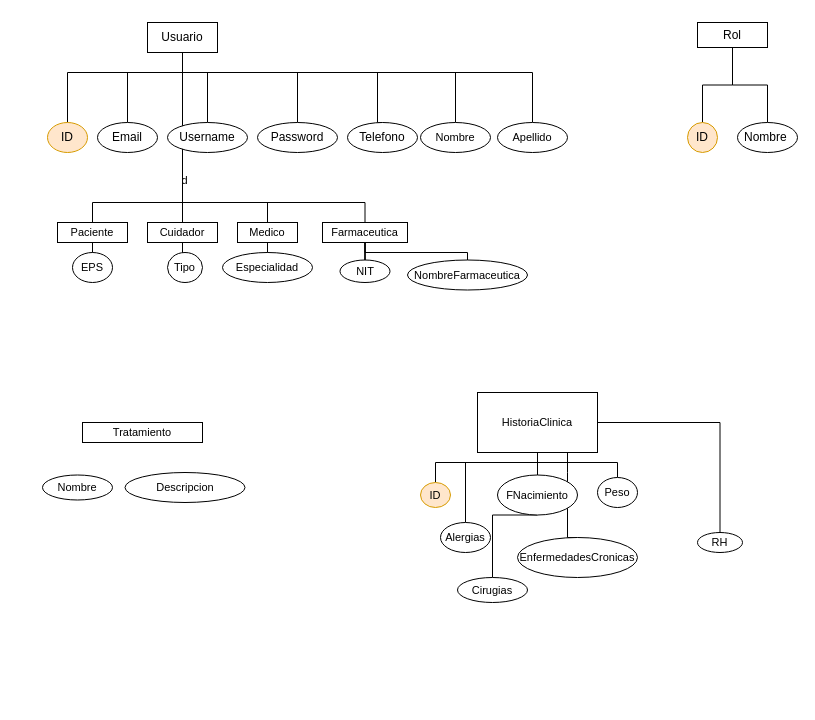
Above: MER MedTrack.drawio in jhosebro/Bases-de-datos (draw.io), before the change. Source tidied: cells renumbered, new cells numbered last; positions are measured from the earlier drawing's top-left corner, leaving out a move shared by most shapes. Both pictures are drawn from the tidied source at 100%, with x=0, y=0 at pixel (42, 22).
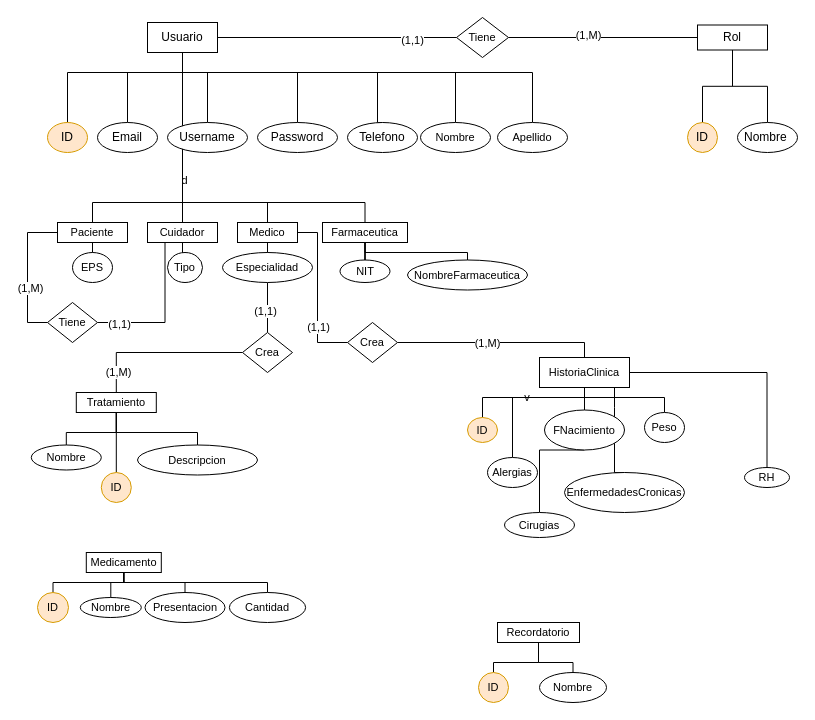
After the change.

Unchanged cells that the change refers to:
```xml
<mxCell id="15" value="Usuario" style="rounded=0;whiteSpace=wrap;html=1;" parent="1" vertex="1">
  <mxGeometry x="105" width="70" height="30" as="geometry" />
</mxCell>
<mxCell id="29" value="Paciente" style="rounded=0;whiteSpace=wrap;html=1;fontFamily=Helvetica;fontSize=11;fontColor=default;" parent="1" vertex="1">
  <mxGeometry x="15" y="200" width="70" height="20" as="geometry" />
</mxCell>
<mxCell id="32" value="Cuidador" style="rounded=0;whiteSpace=wrap;html=1;fontFamily=Helvetica;fontSize=11;fontColor=default;" parent="1" vertex="1">
  <mxGeometry x="105" y="200" width="70" height="20" as="geometry" />
</mxCell>
<mxCell id="50" value="Medico" style="rounded=0;whiteSpace=wrap;html=1;fontFamily=Helvetica;fontSize=11;fontColor=default;" parent="1" vertex="1">
  <mxGeometry x="195" y="200" width="60" height="20" as="geometry" />
</mxCell>
<mxCell id="51" value="Especialidad" style="ellipse;whiteSpace=wrap;html=1;fontFamily=Helvetica;fontSize=11;fontColor=default;" parent="1" vertex="1">
  <mxGeometry x="180" y="230" width="90" height="30" as="geometry" />
</mxCell>
```

What changed in the source:
```diff
@@
+    <mxCell id="60" style="edgeStyle=orthogonalEdgeStyle;shape=connector;rounded=0;jettySize=auto;html=1;entryX=0;entryY=0.5;entryDx=0;entryDy=0;labelBackgroundColor=default;strokeColor=default;align=center;verticalAlign=middle;fontFamily=Helvetica;fontSize=11;fontColor=default;endArrow=none;endFill=0;" parent="1" edge="1" source="15" target="88">
+      <mxGeometry relative="1" as="geometry" />
+    </mxCell>
+    <mxCell id="61" value="(1,1)" style="edgeLabel;html=1;align=center;verticalAlign=middle;fontSize=11;fontFamily=Helvetica;fontColor=default;" parent="60" vertex="1">
+      <mxGeometry x="0.62" y="-2" relative="1" as="geometry" />
+    </mxCell>
@@
     <mxCell id="23" value="Rol" style="rounded=0;whiteSpace=wrap;html=1;" parent="1" vertex="1">
-      <mxGeometry x="655" width="70" height="25" as="geometry" />
+      <mxGeometry x="655" y="2.5" width="70" height="25" as="geometry" />
     </mxCell>
@@
+    <mxCell id="62" style="edgeStyle=orthogonalEdgeStyle;shape=connector;rounded=0;jettySize=auto;html=1;entryX=0;entryY=0.5;entryDx=0;entryDy=0;labelBackgroundColor=default;strokeColor=default;align=center;verticalAlign=middle;fontFamily=Helvetica;fontSize=11;fontColor=default;endArrow=none;endFill=0;" parent="1" edge="1" source="29" target="97">
+      <mxGeometry relative="1" as="geometry">
+        <Array as="points">
+          <mxPoint x="-15" y="210" />
+          <mxPoint x="-15" y="300" />
+        </Array>
+      </mxGeometry>
+    </mxCell>
+    <mxCell id="63" value="(1,M)" style="edgeLabel;html=1;align=center;verticalAlign=middle;fontSize=11;fontFamily=Helvetica;fontColor=default;" parent="62" vertex="1">
+      <mxGeometry x="0.22" y="2" relative="1" as="geometry" />
+    </mxCell>
@@
-    <mxCell id="33" style="edgeStyle=orthogonalEdgeStyle;shape=connector;rounded=0;jettySize=auto;html=1;entryX=0.5;entryY=0;entryDx=0;entryDy=0;labelBackgroundColor=default;strokeColor=default;align=center;verticalAlign=middle;fontFamily=Helvetica;fontSize=11;fontColor=default;endArrow=none;endFill=0;" parent="1" edge="1" source="40" target="48">
+    <mxCell id="33" value="v&amp;nbsp;" style="edgeStyle=orthogonalEdgeStyle;shape=connector;rounded=0;jettySize=auto;html=1;entryX=0.5;entryY=0;entryDx=0;entryDy=0;labelBackgroundColor=default;strokeColor=default;align=center;verticalAlign=middle;fontFamily=Helvetica;fontSize=11;fontColor=default;endArrow=none;endFill=0;" parent="1" edge="1" source="40" target="48">
       <mxGeometry relative="1" as="geometry">
         <Array as="points">
-          <mxPoint x="495" y="440" />
-          <mxPoint x="393" y="440" />
+          <mxPoint x="542" y="375" />
+          <mxPoint x="440" y="375" />
         </Array>
       </mxGeometry>
     </mxCell>
@@
     <mxCell id="35" style="edgeStyle=orthogonalEdgeStyle;shape=connector;rounded=0;jettySize=auto;html=1;entryX=0.5;entryY=0;entryDx=0;entryDy=0;labelBackgroundColor=default;strokeColor=default;align=center;verticalAlign=middle;fontFamily=Helvetica;fontSize=11;fontColor=default;endArrow=none;endFill=0;" parent="1" edge="1" source="40" target="42">
       <mxGeometry relative="1" as="geometry">
         <Array as="points">
-          <mxPoint x="495" y="440" />
-          <mxPoint x="575" y="440" />
+          <mxPoint x="542" y="375" />
+          <mxPoint x="622" y="375" />
         </Array>
       </mxGeometry>
     </mxCell>
     <mxCell id="36" style="edgeStyle=orthogonalEdgeStyle;shape=connector;rounded=0;jettySize=auto;html=1;entryX=0.5;entryY=0;entryDx=0;entryDy=0;labelBackgroundColor=default;strokeColor=default;align=center;verticalAlign=middle;fontFamily=Helvetica;fontSize=11;fontColor=default;endArrow=none;endFill=0;" parent="1" edge="1" source="40" target="44">
       <mxGeometry relative="1" as="geometry">
         <Array as="points">
-          <mxPoint x="495" y="440" />
-          <mxPoint x="423" y="440" />
+          <mxPoint x="542" y="375" />
+          <mxPoint x="470" y="375" />
         </Array>
       </mxGeometry>
     </mxCell>
     <mxCell id="37" style="edgeStyle=orthogonalEdgeStyle;shape=connector;rounded=0;jettySize=auto;html=1;entryX=0.5;entryY=0;entryDx=0;entryDy=0;labelBackgroundColor=default;strokeColor=default;align=center;verticalAlign=middle;fontFamily=Helvetica;fontSize=11;fontColor=default;endArrow=none;endFill=0;" parent="1" edge="1" source="40" target="46">
       <mxGeometry relative="1" as="geometry">
         <Array as="points">
-          <mxPoint x="525" y="450" />
-          <mxPoint x="525" y="450" />
+          <mxPoint x="572" y="385" />
+          <mxPoint x="572" y="385" />
         </Array>
       </mxGeometry>
     </mxCell>
@@
     <mxCell id="40" value="HistoriaClinica" style="rounded=0;whiteSpace=wrap;html=1;fontFamily=Helvetica;fontSize=11;fontColor=default;" parent="1" vertex="1">
-      <mxGeometry x="435" y="370" width="120" height="60" as="geometry" />
+      <mxGeometry x="497" y="335" width="90" height="30" as="geometry" />
     </mxCell>
     <mxCell id="41" value="FNacimiento" style="ellipse;whiteSpace=wrap;html=1;fontFamily=Helvetica;fontSize=11;fontColor=default;" parent="1" vertex="1">
-      <mxGeometry x="455" y="452.5" width="80" height="40" as="geometry" />
+      <mxGeometry x="502" y="387.5" width="80" height="40" as="geometry" />
     </mxCell>
     <mxCell id="42" value="Peso" style="ellipse;whiteSpace=wrap;html=1;fontFamily=Helvetica;fontSize=11;fontColor=default;" parent="1" vertex="1">
-      <mxGeometry x="555" y="455" width="40" height="30" as="geometry" />
+      <mxGeometry x="602" y="390" width="40" height="30" as="geometry" />
     </mxCell>
     <mxCell id="43" value="RH" style="ellipse;whiteSpace=wrap;html=1;fontFamily=Helvetica;fontSize=11;fontColor=default;" parent="1" vertex="1">
-      <mxGeometry x="655" y="510" width="45" height="20" as="geometry" />
+      <mxGeometry x="702" y="445" width="45" height="20" as="geometry" />
     </mxCell>
     <mxCell id="44" value="Alergias" style="ellipse;whiteSpace=wrap;html=1;fontFamily=Helvetica;fontSize=11;fontColor=default;" parent="1" vertex="1">
-      <mxGeometry x="398" y="500" width="50" height="30" as="geometry" />
+      <mxGeometry x="445" y="435" width="50" height="30" as="geometry" />
     </mxCell>
@@
     <mxCell id="46" value="EnfermedadesCronicas" style="ellipse;whiteSpace=wrap;html=1;fontFamily=Helvetica;fontSize=11;fontColor=default;" parent="1" vertex="1">
-      <mxGeometry x="475" y="515" width="120" height="40" as="geometry" />
+      <mxGeometry x="522" y="450" width="120" height="40" as="geometry" />
     </mxCell>
     <mxCell id="47" value="Cirugias" style="ellipse;whiteSpace=wrap;html=1;fontFamily=Helvetica;fontSize=11;fontColor=default;" parent="1" vertex="1">
-      <mxGeometry x="415" y="555" width="70" height="25" as="geometry" />
+      <mxGeometry x="462" y="490" width="70" height="25" as="geometry" />
     </mxCell>
     <mxCell id="48" value="ID" style="ellipse;whiteSpace=wrap;html=1;fontFamily=Helvetica;fontSize=11;fillColor=#ffe6cc;strokeColor=#d79b00;" parent="1" vertex="1">
-      <mxGeometry x="378" y="460" width="30" height="25" as="geometry" />
+      <mxGeometry x="425" y="395" width="30" height="25" as="geometry" />
     </mxCell>
@@
+    <mxCell id="64" style="edgeStyle=orthogonalEdgeStyle;shape=connector;rounded=0;jettySize=auto;html=1;entryX=0;entryY=0.5;entryDx=0;entryDy=0;labelBackgroundColor=default;strokeColor=default;align=center;verticalAlign=middle;fontFamily=Helvetica;fontSize=11;fontColor=default;endArrow=none;endFill=0;" parent="1" edge="1" source="50" target="91">
+      <mxGeometry relative="1" as="geometry">
+        <Array as="points">
+          <mxPoint x="275" y="210" />
+          <mxPoint x="275" y="320" />
+        </Array>
+      </mxGeometry>
+    </mxCell>
+    <mxCell id="65" value="(1,1)" style="edgeLabel;html=1;align=center;verticalAlign=middle;fontSize=11;fontFamily=Helvetica;fontColor=default;" parent="64" vertex="1">
+      <mxGeometry x="0.43" relative="1" as="geometry" />
+    </mxCell>
@@
+    <mxCell id="66" style="edgeStyle=orthogonalEdgeStyle;shape=connector;rounded=0;jettySize=auto;html=1;entryX=0.5;entryY=0;entryDx=0;entryDy=0;labelBackgroundColor=default;strokeColor=default;align=center;verticalAlign=middle;fontFamily=Helvetica;fontSize=11;fontColor=default;endArrow=none;endFill=0;" parent="1" edge="1" source="51" target="94">
+      <mxGeometry relative="1" as="geometry" />
+    </mxCell>
+    <mxCell id="67" value="(1,1)" style="edgeLabel;html=1;align=center;verticalAlign=middle;fontSize=11;fontFamily=Helvetica;fontColor=default;" parent="66" vertex="1">
+      <mxGeometry x="0.11" y="-3" relative="1" as="geometry" />
+    </mxCell>
@@
+    <mxCell id="68" style="edgeStyle=orthogonalEdgeStyle;shape=connector;rounded=0;jettySize=auto;html=1;entryX=0.5;entryY=0;entryDx=0;entryDy=0;labelBackgroundColor=default;strokeColor=default;align=center;verticalAlign=middle;fontFamily=Helvetica;fontSize=11;fontColor=default;endArrow=none;endFill=0;" parent="1" edge="1" source="57" target="58">
+      <mxGeometry relative="1" as="geometry" />
+    </mxCell>
+    <mxCell id="69" style="edgeStyle=orthogonalEdgeStyle;shape=connector;rounded=0;jettySize=auto;html=1;entryX=0.5;entryY=0;entryDx=0;entryDy=0;labelBackgroundColor=default;strokeColor=default;align=center;verticalAlign=middle;fontFamily=Helvetica;fontSize=11;fontColor=default;endArrow=none;endFill=0;" parent="1" edge="1" source="57" target="59">
+      <mxGeometry relative="1" as="geometry">
+        <Array as="points">
+          <mxPoint x="74" y="410" />
+          <mxPoint x="155" y="410" />
+        </Array>
+      </mxGeometry>
+    </mxCell>
+    <mxCell id="70" style="edgeStyle=orthogonalEdgeStyle;shape=connector;rounded=0;jettySize=auto;html=1;entryX=0.5;entryY=0;entryDx=0;entryDy=0;labelBackgroundColor=default;strokeColor=default;align=center;verticalAlign=middle;fontFamily=Helvetica;fontSize=11;fontColor=default;endArrow=none;endFill=0;" parent="1" edge="1" source="57" target="76">
+      <mxGeometry relative="1" as="geometry" />
+    </mxCell>
     <mxCell id="57" value="Tratamiento" style="rounded=0;whiteSpace=wrap;html=1;fontFamily=Helvetica;fontSize=11;fontColor=default;" parent="1" vertex="1">
-      <mxGeometry x="40" y="400" width="120" height="20" as="geometry" />
+      <mxGeometry x="33.8" y="370" width="80" height="20" as="geometry" />
     </mxCell>
     <mxCell id="58" value="Nombre" style="ellipse;whiteSpace=wrap;html=1;fontFamily=Helvetica;fontSize=11;fontColor=default;" parent="1" vertex="1">
-      <mxGeometry y="452.5" width="70" height="25" as="geometry" />
+      <mxGeometry x="-11.2" y="422.5" width="70" height="25" as="geometry" />
     </mxCell>
     <mxCell id="59" value="Descripcion" style="ellipse;whiteSpace=wrap;html=1;fontFamily=Helvetica;fontSize=11;fontColor=default;" parent="1" vertex="1">
-      <mxGeometry x="82.5" y="450" width="120" height="30" as="geometry" />
+      <mxGeometry x="95" y="422.5" width="120" height="30" as="geometry" />
     </mxCell>
+    <mxCell id="71" style="edgeStyle=orthogonalEdgeStyle;shape=connector;rounded=0;jettySize=auto;html=1;entryX=0.5;entryY=0;entryDx=0;entryDy=0;labelBackgroundColor=default;strokeColor=default;align=center;verticalAlign=middle;fontFamily=Helvetica;fontSize=11;fontColor=default;endArrow=none;endFill=0;" parent="1" edge="1" source="75" target="77">
+      <mxGeometry relative="1" as="geometry">
+        <Array as="points">
+          <mxPoint x="81" y="560" />
+          <mxPoint x="11" y="560" />
+        </Array>
+      </mxGeometry>
+    </mxCell>
+    <mxCell id="72" style="edgeStyle=orthogonalEdgeStyle;shape=connector;rounded=0;jettySize=auto;html=1;entryX=0.5;entryY=0;entryDx=0;entryDy=0;labelBackgroundColor=default;strokeColor=default;align=center;verticalAlign=middle;fontFamily=Helvetica;fontSize=11;fontColor=default;endArrow=none;endFill=0;" parent="1" edge="1" source="75" target="78">
+      <mxGeometry relative="1" as="geometry">
+        <Array as="points">
+          <mxPoint x="81" y="560" />
+          <mxPoint x="68" y="560" />
+        </Array>
+      </mxGeometry>
+    </mxCell>
+    <mxCell id="73" style="edgeStyle=orthogonalEdgeStyle;shape=connector;rounded=0;jettySize=auto;html=1;entryX=0.5;entryY=0;entryDx=0;entryDy=0;labelBackgroundColor=default;strokeColor=default;align=center;verticalAlign=middle;fontFamily=Helvetica;fontSize=11;fontColor=default;endArrow=none;endFill=0;" parent="1" edge="1" source="75" target="79">
+      <mxGeometry relative="1" as="geometry">
+        <Array as="points">
+          <mxPoint x="81" y="560" />
+          <mxPoint x="143" y="560" />
+        </Array>
+      </mxGeometry>
+    </mxCell>
+    <mxCell id="74" style="edgeStyle=orthogonalEdgeStyle;shape=connector;rounded=0;jettySize=auto;html=1;entryX=0.5;entryY=0;entryDx=0;entryDy=0;labelBackgroundColor=default;strokeColor=default;align=center;verticalAlign=middle;fontFamily=Helvetica;fontSize=11;fontColor=default;endArrow=none;endFill=0;" parent="1" edge="1" source="75" target="80">
+      <mxGeometry relative="1" as="geometry">
+        <Array as="points">
+          <mxPoint x="81" y="560" />
+          <mxPoint x="225" y="560" />
+        </Array>
+      </mxGeometry>
+    </mxCell>
+    <mxCell id="75" value="Medicamento" style="rounded=0;whiteSpace=wrap;html=1;fontFamily=Helvetica;fontSize=11;fontColor=default;" parent="1" vertex="1">
+      <mxGeometry x="43.8" y="530" width="75" height="20" as="geometry" />
+    </mxCell>
+    <mxCell id="76" value="ID" style="ellipse;whiteSpace=wrap;html=1;fontFamily=Helvetica;fontSize=11;fillColor=#ffe6cc;strokeColor=#d79b00;" parent="1" vertex="1">
+      <mxGeometry x="58.8" y="450" width="30" height="30" as="geometry" />
+    </mxCell>
+    <mxCell id="77" value="ID" style="ellipse;whiteSpace=wrap;html=1;fontFamily=Helvetica;fontSize=11;fillColor=#ffe6cc;strokeColor=#d79b00;" parent="1" vertex="1">
+      <mxGeometry x="-5" y="570" width="31" height="30" as="geometry" />
+    </mxCell>
+    <mxCell id="78" value="Nombre" style="ellipse;whiteSpace=wrap;html=1;fontFamily=Helvetica;fontSize=11;fontColor=default;" parent="1" vertex="1">
+      <mxGeometry x="37.8" y="575" width="61" height="20" as="geometry" />
+    </mxCell>
+    <mxCell id="79" value="Presentacion" style="ellipse;whiteSpace=wrap;html=1;fontFamily=Helvetica;fontSize=11;fontColor=default;" parent="1" vertex="1">
+      <mxGeometry x="102.5" y="570" width="80" height="30" as="geometry" />
+    </mxCell>
+    <mxCell id="80" value="Cantidad" style="ellipse;whiteSpace=wrap;html=1;fontFamily=Helvetica;fontSize=11;fontColor=default;" parent="1" vertex="1">
+      <mxGeometry x="186.9" y="570" width="76.2" height="30" as="geometry" />
+    </mxCell>
+    <mxCell id="81" style="edgeStyle=orthogonalEdgeStyle;shape=connector;rounded=0;jettySize=auto;html=1;entryX=0.5;entryY=0;entryDx=0;entryDy=0;labelBackgroundColor=default;strokeColor=default;align=center;verticalAlign=middle;fontFamily=Helvetica;fontSize=11;fontColor=default;endArrow=none;endFill=0;" parent="1" edge="1" source="83" target="85">
+      <mxGeometry relative="1" as="geometry" />
+    </mxCell>
+    <mxCell id="82" style="edgeStyle=orthogonalEdgeStyle;shape=connector;rounded=0;jettySize=auto;html=1;entryX=0.5;entryY=0;entryDx=0;entryDy=0;labelBackgroundColor=default;strokeColor=default;align=center;verticalAlign=middle;fontFamily=Helvetica;fontSize=11;fontColor=default;endArrow=none;endFill=0;" parent="1" edge="1" source="83" target="84">
+      <mxGeometry relative="1" as="geometry" />
+    </mxCell>
+    <mxCell id="83" value="Recordatorio" style="rounded=0;whiteSpace=wrap;html=1;fontFamily=Helvetica;fontSize=11;fontColor=default;" parent="1" vertex="1">
+      <mxGeometry x="455" y="600" width="82" height="20" as="geometry" />
+    </mxCell>
+    <mxCell id="84" value="Nombre" style="ellipse;whiteSpace=wrap;html=1;fontFamily=Helvetica;fontSize=11;fontColor=default;" parent="1" vertex="1">
+      <mxGeometry x="497" y="650" width="67" height="30" as="geometry" />
+    </mxCell>
+    <mxCell id="85" value="ID" style="ellipse;whiteSpace=wrap;html=1;fontFamily=Helvetica;fontSize=11;fillColor=#ffe6cc;strokeColor=#d79b00;" parent="1" vertex="1">
+      <mxGeometry x="436" y="650" width="30" height="30" as="geometry" />
+    </mxCell>
+    <mxCell id="86" style="edgeStyle=orthogonalEdgeStyle;shape=connector;rounded=0;jettySize=auto;html=1;entryX=0;entryY=0.5;entryDx=0;entryDy=0;labelBackgroundColor=default;strokeColor=default;align=center;verticalAlign=middle;fontFamily=Helvetica;fontSize=11;fontColor=default;endArrow=none;endFill=0;" parent="1" edge="1" source="88" target="23">
+      <mxGeometry relative="1" as="geometry" />
+    </mxCell>
+    <mxCell id="87" value="(1,M)" style="edgeLabel;html=1;align=center;verticalAlign=middle;fontSize=11;fontFamily=Helvetica;fontColor=default;" parent="86" vertex="1">
+      <mxGeometry x="-0.16" y="3" relative="1" as="geometry" />
+    </mxCell>
+    <mxCell id="88" value="Tiene" style="rhombus;whiteSpace=wrap;html=1;fontFamily=Helvetica;fontSize=11;fontColor=default;" parent="1" vertex="1">
+      <mxGeometry x="414" y="-5" width="52" height="40" as="geometry" />
+    </mxCell>
+    <mxCell id="89" style="edgeStyle=orthogonalEdgeStyle;shape=connector;rounded=0;jettySize=auto;html=1;entryX=0.5;entryY=0;entryDx=0;entryDy=0;labelBackgroundColor=default;strokeColor=default;align=center;verticalAlign=middle;fontFamily=Helvetica;fontSize=11;fontColor=default;endArrow=none;endFill=0;" parent="1" edge="1" source="91" target="40">
+      <mxGeometry relative="1" as="geometry">
+        <Array as="points">
+          <mxPoint x="542" y="320" />
+        </Array>
+      </mxGeometry>
+    </mxCell>
+    <mxCell id="90" value="(1,M)" style="edgeLabel;html=1;align=center;verticalAlign=middle;fontSize=11;fontFamily=Helvetica;fontColor=default;" parent="89" vertex="1">
+      <mxGeometry x="-0.12" relative="1" as="geometry" />
+    </mxCell>
+    <mxCell id="91" value="Crea" style="rhombus;whiteSpace=wrap;html=1;fontFamily=Helvetica;fontSize=11;fontColor=default;" parent="1" vertex="1">
+      <mxGeometry x="305" y="300" width="50" height="40" as="geometry" />
+    </mxCell>
+    <mxCell id="92" style="edgeStyle=orthogonalEdgeStyle;shape=connector;rounded=0;jettySize=auto;html=1;entryX=0.5;entryY=0;entryDx=0;entryDy=0;labelBackgroundColor=default;strokeColor=default;align=center;verticalAlign=middle;fontFamily=Helvetica;fontSize=11;fontColor=default;endArrow=none;endFill=0;" parent="1" edge="1" source="94" target="57">
+      <mxGeometry relative="1" as="geometry">
+        <Array as="points">
+          <mxPoint x="74" y="330" />
+        </Array>
+      </mxGeometry>
+    </mxCell>
+    <mxCell id="93" value="(1,M)" style="edgeLabel;html=1;align=center;verticalAlign=middle;fontSize=11;fontFamily=Helvetica;fontColor=default;" parent="92" vertex="1">
+      <mxGeometry x="0.76" y="2" relative="1" as="geometry" />
+    </mxCell>
+    <mxCell id="94" value="Crea" style="rhombus;whiteSpace=wrap;html=1;fontFamily=Helvetica;fontSize=11;fontColor=default;" parent="1" vertex="1">
+      <mxGeometry x="200" y="310" width="50" height="40" as="geometry" />
+    </mxCell>
+    <mxCell id="95" style="edgeStyle=orthogonalEdgeStyle;shape=connector;rounded=0;jettySize=auto;html=1;entryX=0.25;entryY=1;entryDx=0;entryDy=0;labelBackgroundColor=default;strokeColor=default;align=center;verticalAlign=middle;fontFamily=Helvetica;fontSize=11;fontColor=default;endArrow=none;endFill=0;" parent="1" edge="1" source="97" target="32">
+      <mxGeometry relative="1" as="geometry" />
+    </mxCell>
+    <mxCell id="96" value="(1,1)" style="edgeLabel;html=1;align=center;verticalAlign=middle;fontSize=11;fontFamily=Helvetica;fontColor=default;" parent="95" vertex="1">
+      <mxGeometry x="-0.72" y="-1" relative="1" as="geometry" />
+    </mxCell>
+    <mxCell id="97" value="Tiene" style="rhombus;whiteSpace=wrap;html=1;fontFamily=Helvetica;fontSize=11;fontColor=default;" parent="1" vertex="1">
+      <mxGeometry x="5" y="280" width="50" height="40" as="geometry" />
+    </mxCell>
```
